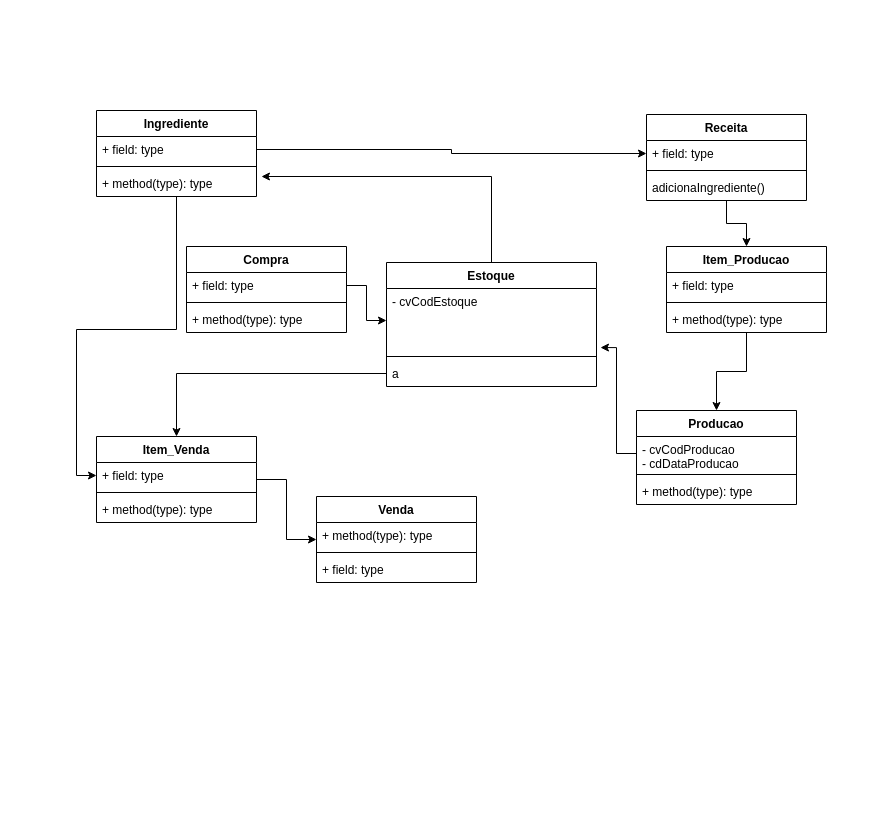
Above: diagrama de classes.drawio in fernandobranbila/karencakes (draw.io), before the change. Source tidied: cells renumbered, new cells numbered last; positions are measured from the earlier drawing's top-left corner, leaving out a move shared by most shapes. Both pictures are drawn from the tidied source at 100%, with x=0, y=0 at pixel (96, 110).
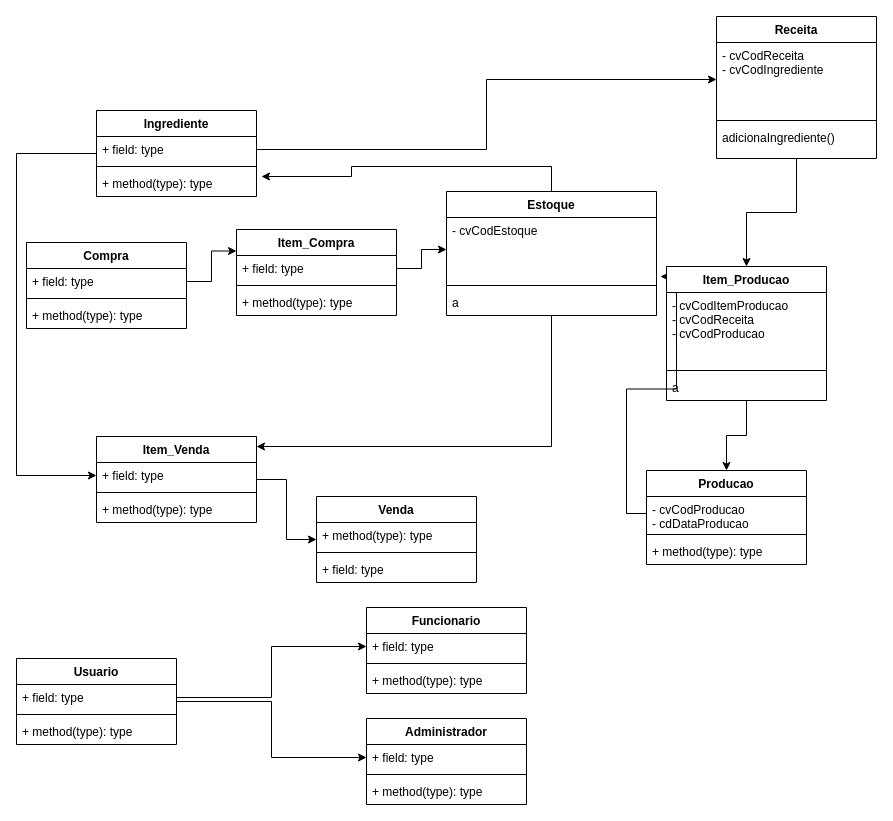
Above is the later version.

Commit message:
adicionando classe usuario no diagrama

The change refers to these unchanged cells:
```xml
<mxCell id="13" value="- cvCodEstoque&#10;&#10;" style="text;strokeColor=none;fillColor=none;align=left;verticalAlign=top;spacingLeft=4;spacingRight=4;overflow=hidden;points=[[0,0.5],[1,0.5]];portConstraint=eastwest;" parent="12" vertex="1">
  <mxGeometry y="26" width="210" height="64" as="geometry" />
</mxCell>
<mxCell id="15" value="a&#10;" style="text;strokeColor=none;fillColor=none;align=left;verticalAlign=top;spacingLeft=4;spacingRight=4;overflow=hidden;points=[[0,0.5],[1,0.5]];portConstraint=eastwest;" parent="12" vertex="1">
  <mxGeometry y="98" width="210" height="26" as="geometry" />
</mxCell>
<mxCell id="17" value="+ field: type" style="text;strokeColor=none;fillColor=none;align=left;verticalAlign=top;spacingLeft=4;spacingRight=4;overflow=hidden;points=[[0,0.5],[1,0.5]];portConstraint=eastwest;" parent="16" vertex="1">
  <mxGeometry y="26" width="160" height="26" as="geometry" />
</mxCell>
<mxCell id="25" value="Item_Venda&#10;&#10;" style="swimlane;fontStyle=1;align=center;verticalAlign=top;horizontal=1;startSize=26;" parent="1" vertex="1">
  <mxGeometry y="326" width="160" height="86" as="geometry" />
</mxCell>
<mxCell id="26" value="+ field: type" style="text;strokeColor=none;fillColor=none;align=left;verticalAlign=top;spacingLeft=4;spacingRight=4;overflow=hidden;points=[[0,0.5],[1,0.5]];portConstraint=eastwest;" parent="25" vertex="1">
  <mxGeometry y="26" width="160" height="26" as="geometry" />
</mxCell>
<mxCell id="38" value="Ingrediente" style="swimlane;fontStyle=1;align=center;verticalAlign=top;horizontal=1;startSize=26;" parent="1" vertex="1">
  <mxGeometry width="160" height="86" as="geometry" />
</mxCell>
<mxCell id="41" value="+ method(type): type" style="text;strokeColor=none;fillColor=none;align=left;verticalAlign=top;spacingLeft=4;spacingRight=4;overflow=hidden;points=[[0,0.5],[1,0.5]];portConstraint=eastwest;" parent="38" vertex="1">
  <mxGeometry y="60" width="160" height="26" as="geometry" />
</mxCell>
```

The edit, as a diff of the source:
```diff
@@
     <mxCell id="3" value="Receita&#10;&#10;" style="swimlane;fontStyle=1;align=center;verticalAlign=top;horizontal=1;startSize=26;" parent="1" vertex="1">
-      <mxGeometry x="550" y="4" width="160" height="86" as="geometry" />
+      <mxGeometry x="620" y="-94" width="160" height="142" as="geometry" />
     </mxCell>
-    <mxCell id="4" value="+ field: type" style="text;strokeColor=none;fillColor=none;align=left;verticalAlign=top;spacingLeft=4;spacingRight=4;overflow=hidden;points=[[0,0.5],[1,0.5]];portConstraint=eastwest;" parent="3" vertex="1">
-      <mxGeometry y="26" width="160" height="26" as="geometry" />
+    <mxCell id="4" value="- cvCodReceita&#10;- cvCodIngrediente&#10;&#10;" style="text;strokeColor=none;fillColor=none;align=left;verticalAlign=top;spacingLeft=4;spacingRight=4;overflow=hidden;points=[[0,0.5],[1,0.5]];portConstraint=eastwest;" parent="3" vertex="1">
+      <mxGeometry y="26" width="160" height="74" as="geometry" />
     </mxCell>
     <mxCell id="5" style="line;strokeWidth=1;fillColor=none;align=left;verticalAlign=middle;spacingTop=-1;spacingLeft=3;spacingRight=3;labelPosition=right;" parent="3" vertex="1">
-      <mxGeometry y="52" width="160" height="8" as="geometry" />
+      <mxGeometry y="100" width="160" height="8" as="geometry" />
     </mxCell>
     <mxCell id="6" value="adicionaIngrediente()" style="text;strokeColor=none;fillColor=none;align=left;verticalAlign=top;spacingLeft=4;spacingRight=4;overflow=hidden;" parent="3" vertex="1">
-      <mxGeometry y="60" width="160" height="26" as="geometry" />
+      <mxGeometry y="108" width="160" height="34" as="geometry" />
     </mxCell>
     <mxCell id="7" value="Producao&#10;&#10;" style="swimlane;fontStyle=1;align=center;verticalAlign=top;horizontal=1;startSize=26;" parent="1" vertex="1">
-      <mxGeometry x="540" y="300" width="160" height="94" as="geometry" />
+      <mxGeometry x="550" y="360" width="160" height="94" as="geometry" />
     </mxCell>
@@
     <mxCell id="11" style="edgeStyle=orthogonalEdgeStyle;rounded=0;jettySize=auto;html=1;entryX=1.031;entryY=0.231;entryDx=0;entryDy=0;entryPerimeter=0;" parent="1" edge="1" source="12" target="41">
-      <mxGeometry relative="1" as="geometry" />
+      <mxGeometry relative="1" as="geometry">
+        <Array as="points">
+          <mxPoint x="455" y="56" />
+          <mxPoint x="255" y="56" />
+          <mxPoint x="255" y="66" />
+        </Array>
+      </mxGeometry>
     </mxCell>
     <mxCell id="12" value="Estoque&#10;&#10;" style="swimlane;fontStyle=1;align=center;verticalAlign=top;horizontal=1;startSize=26;" parent="1" vertex="1">
-      <mxGeometry x="290" y="152" width="210" height="124" as="geometry" />
+      <mxGeometry x="350" y="81" width="210" height="124" as="geometry" />
     </mxCell>
@@
     <mxCell id="16" value="Compra" style="swimlane;fontStyle=1;align=center;verticalAlign=top;horizontal=1;startSize=26;" parent="1" vertex="1">
-      <mxGeometry x="90" y="136" width="160" height="86" as="geometry" />
+      <mxGeometry x="-70" y="132" width="160" height="86" as="geometry" />
     </mxCell>
@@
-    <mxCell id="29" style="edgeStyle=orthogonalEdgeStyle;rounded=0;jettySize=auto;html=1;" parent="1" edge="1" source="17" target="13">
-      <mxGeometry relative="1" as="geometry" />
-    </mxCell>
@@
     <mxCell id="31" style="edgeStyle=orthogonalEdgeStyle;rounded=0;jettySize=auto;html=1;" parent="1" edge="1" source="15" target="25">
-      <mxGeometry relative="1" as="geometry" />
+      <mxGeometry relative="1" as="geometry">
+        <Array as="points">
+          <mxPoint x="455" y="336" />
+        </Array>
+      </mxGeometry>
     </mxCell>
@@
     <mxCell id="33" value="Item_Producao&#10;" style="swimlane;fontStyle=1;align=center;verticalAlign=top;horizontal=1;startSize=26;" parent="1" vertex="1">
-      <mxGeometry x="570" y="136" width="160" height="86" as="geometry" />
+      <mxGeometry x="570" y="156" width="160" height="134" as="geometry" />
     </mxCell>
-    <mxCell id="34" value="+ field: type" style="text;strokeColor=none;fillColor=none;align=left;verticalAlign=top;spacingLeft=4;spacingRight=4;overflow=hidden;" parent="33" vertex="1">
-      <mxGeometry y="26" width="160" height="26" as="geometry" />
+    <mxCell id="34" value="- cvCodItemProducao&#10;- cvCodReceita&#10;- cvCodProducao&#10;" style="text;strokeColor=none;fillColor=none;align=left;verticalAlign=top;spacingLeft=4;spacingRight=4;overflow=hidden;" parent="33" vertex="1">
+      <mxGeometry y="26" width="160" height="74" as="geometry" />
     </mxCell>
     <mxCell id="35" style="line;strokeWidth=1;fillColor=none;align=left;verticalAlign=middle;spacingTop=-1;spacingLeft=3;spacingRight=3;labelPosition=right;" parent="33" vertex="1">
-      <mxGeometry y="52" width="160" height="8" as="geometry" />
+      <mxGeometry y="100" width="160" height="8" as="geometry" />
     </mxCell>
-    <mxCell id="36" value="+ method(type): type" style="text;strokeColor=none;fillColor=none;align=left;verticalAlign=top;spacingLeft=4;spacingRight=4;overflow=hidden;" parent="33" vertex="1">
-      <mxGeometry y="60" width="160" height="26" as="geometry" />
+    <mxCell id="36" value="a" style="text;strokeColor=none;fillColor=none;align=left;verticalAlign=top;spacingLeft=4;spacingRight=4;overflow=hidden;" parent="33" vertex="1">
+      <mxGeometry y="108" width="160" height="26" as="geometry" />
     </mxCell>
     <mxCell id="37" style="edgeStyle=orthogonalEdgeStyle;rounded=0;jettySize=auto;html=1;entryX=0;entryY=0.5;entryDx=0;entryDy=0;" parent="1" edge="1" source="38" target="26">
-      <mxGeometry relative="1" as="geometry" />
+      <mxGeometry relative="1" as="geometry">
+        <Array as="points">
+          <mxPoint x="-80" y="43" />
+          <mxPoint x="-80" y="365" />
+        </Array>
+      </mxGeometry>
     </mxCell>
@@
+    <mxCell id="43" value="Item_Compra" style="swimlane;fontStyle=1;align=center;verticalAlign=top;horizontal=1;startSize=26;" parent="1" vertex="1">
+      <mxGeometry x="140" y="119" width="160" height="86" as="geometry" />
+    </mxCell>
+    <mxCell id="44" value="+ field: type" style="text;strokeColor=none;fillColor=none;align=left;verticalAlign=top;spacingLeft=4;spacingRight=4;overflow=hidden;points=[[0,0.5],[1,0.5]];portConstraint=eastwest;" parent="43" vertex="1">
+      <mxGeometry y="26" width="160" height="26" as="geometry" />
+    </mxCell>
+    <mxCell id="45" style="line;strokeWidth=1;fillColor=none;align=left;verticalAlign=middle;spacingTop=-1;spacingLeft=3;spacingRight=3;labelPosition=right;" parent="43" vertex="1">
+      <mxGeometry y="52" width="160" height="8" as="geometry" />
+    </mxCell>
+    <mxCell id="46" value="+ method(type): type" style="text;strokeColor=none;fillColor=none;align=left;verticalAlign=top;spacingLeft=4;spacingRight=4;overflow=hidden;" parent="43" vertex="1">
+      <mxGeometry y="60" width="160" height="26" as="geometry" />
+    </mxCell>
+    <mxCell id="47" style="edgeStyle=orthogonalEdgeStyle;rounded=0;jettySize=auto;html=1;" parent="1" edge="1" source="44" target="13">
+      <mxGeometry relative="1" as="geometry" />
+    </mxCell>
+    <mxCell id="48" style="edgeStyle=orthogonalEdgeStyle;rounded=0;jettySize=auto;html=1;entryX=0;entryY=0.25;entryDx=0;entryDy=0;" parent="1" edge="1" source="17" target="43">
+      <mxGeometry relative="1" as="geometry" />
+    </mxCell>
+    <mxCell id="49" style="edgeStyle=orthogonalEdgeStyle;rounded=0;jettySize=auto;html=1;" parent="1" edge="1" source="50" target="59">
+      <mxGeometry relative="1" as="geometry" />
+    </mxCell>
+    <mxCell id="50" value="Usuario" style="swimlane;fontStyle=1;align=center;verticalAlign=top;horizontal=1;startSize=26;" parent="1" vertex="1">
+      <mxGeometry x="-80" y="548" width="160" height="86" as="geometry" />
+    </mxCell>
+    <mxCell id="51" value="+ field: type" style="text;strokeColor=none;fillColor=none;align=left;verticalAlign=top;spacingLeft=4;spacingRight=4;overflow=hidden;points=[[0,0.5],[1,0.5]];portConstraint=eastwest;" parent="50" vertex="1">
+      <mxGeometry y="26" width="160" height="26" as="geometry" />
+    </mxCell>
+    <mxCell id="52" style="line;strokeWidth=1;fillColor=none;align=left;verticalAlign=middle;spacingTop=-1;spacingLeft=3;spacingRight=3;labelPosition=right;" parent="50" vertex="1">
+      <mxGeometry y="52" width="160" height="8" as="geometry" />
+    </mxCell>
+    <mxCell id="53" value="+ method(type): type" style="text;strokeColor=none;fillColor=none;align=left;verticalAlign=top;spacingLeft=4;spacingRight=4;overflow=hidden;" parent="50" vertex="1">
+      <mxGeometry y="60" width="160" height="26" as="geometry" />
+    </mxCell>
+    <mxCell id="54" value="Funcionario" style="swimlane;fontStyle=1;align=center;verticalAlign=top;horizontal=1;startSize=26;" parent="1" vertex="1">
+      <mxGeometry x="270" y="497" width="160" height="86" as="geometry" />
+    </mxCell>
+    <mxCell id="55" value="+ field: type" style="text;strokeColor=none;fillColor=none;align=left;verticalAlign=top;spacingLeft=4;spacingRight=4;overflow=hidden;points=[[0,0.5],[1,0.5]];portConstraint=eastwest;" parent="54" vertex="1">
+      <mxGeometry y="26" width="160" height="26" as="geometry" />
+    </mxCell>
+    <mxCell id="56" style="line;strokeWidth=1;fillColor=none;align=left;verticalAlign=middle;spacingTop=-1;spacingLeft=3;spacingRight=3;labelPosition=right;" parent="54" vertex="1">
+      <mxGeometry y="52" width="160" height="8" as="geometry" />
+    </mxCell>
+    <mxCell id="57" value="+ method(type): type" style="text;strokeColor=none;fillColor=none;align=left;verticalAlign=top;spacingLeft=4;spacingRight=4;overflow=hidden;" parent="54" vertex="1">
+      <mxGeometry y="60" width="160" height="26" as="geometry" />
+    </mxCell>
+    <mxCell id="58" value="Administrador" style="swimlane;fontStyle=1;align=center;verticalAlign=top;horizontal=1;startSize=26;" parent="1" vertex="1">
+      <mxGeometry x="270" y="608" width="160" height="86" as="geometry" />
+    </mxCell>
+    <mxCell id="59" value="+ field: type" style="text;strokeColor=none;fillColor=none;align=left;verticalAlign=top;spacingLeft=4;spacingRight=4;overflow=hidden;points=[[0,0.5],[1,0.5]];portConstraint=eastwest;" parent="58" vertex="1">
+      <mxGeometry y="26" width="160" height="26" as="geometry" />
+    </mxCell>
+    <mxCell id="60" style="line;strokeWidth=1;fillColor=none;align=left;verticalAlign=middle;spacingTop=-1;spacingLeft=3;spacingRight=3;labelPosition=right;" parent="58" vertex="1">
+      <mxGeometry y="52" width="160" height="8" as="geometry" />
+    </mxCell>
+    <mxCell id="61" value="+ method(type): type" style="text;strokeColor=none;fillColor=none;align=left;verticalAlign=top;spacingLeft=4;spacingRight=4;overflow=hidden;" parent="58" vertex="1">
+      <mxGeometry y="60" width="160" height="26" as="geometry" />
+    </mxCell>
+    <mxCell id="62" style="edgeStyle=orthogonalEdgeStyle;rounded=0;jettySize=auto;html=1;" parent="1" edge="1" source="51" target="55">
+      <mxGeometry relative="1" as="geometry" />
+    </mxCell>
```
